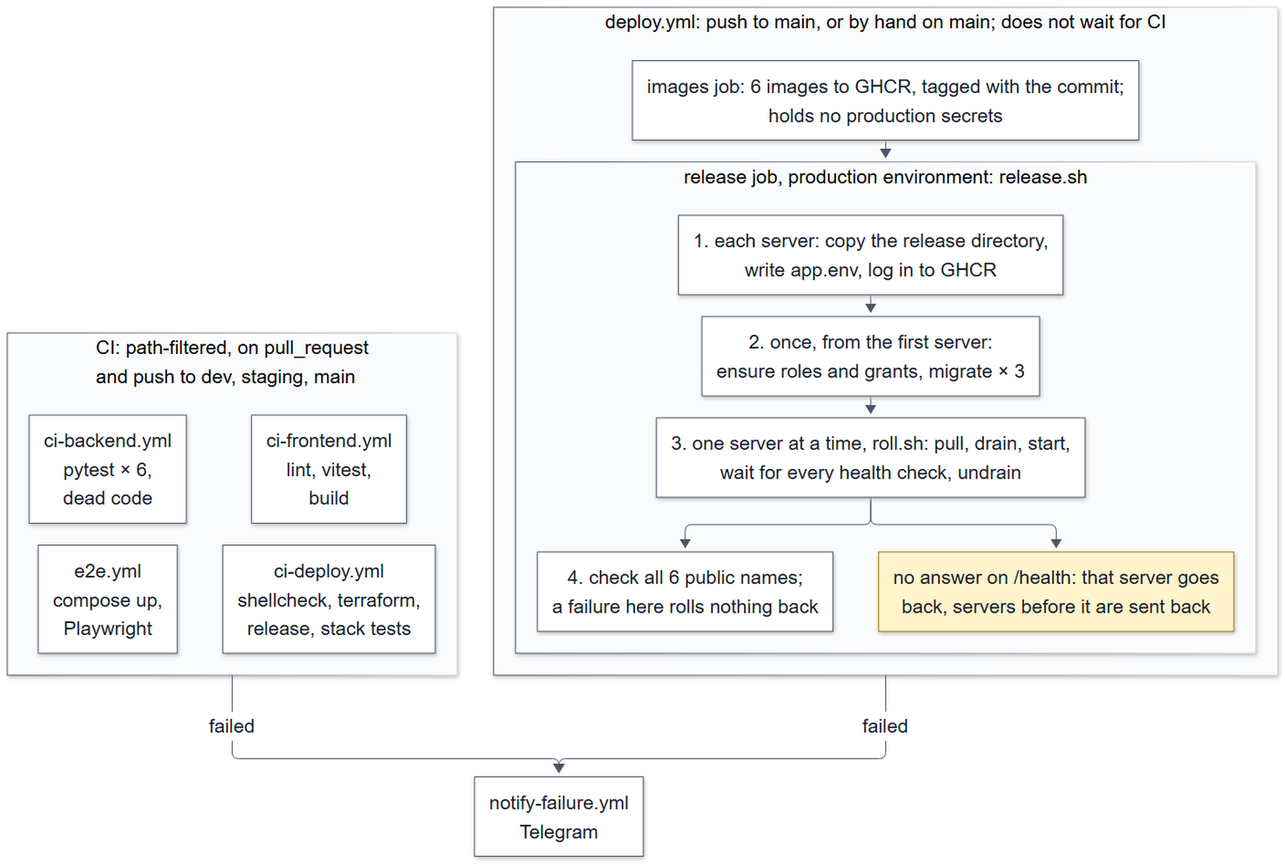
The Mermaid diagram docs/diagrams/rendered/03-cicd.png in decker757/CS464, before a commit. Its source is kept beside it as docs/diagrams/03-cicd.mmd.
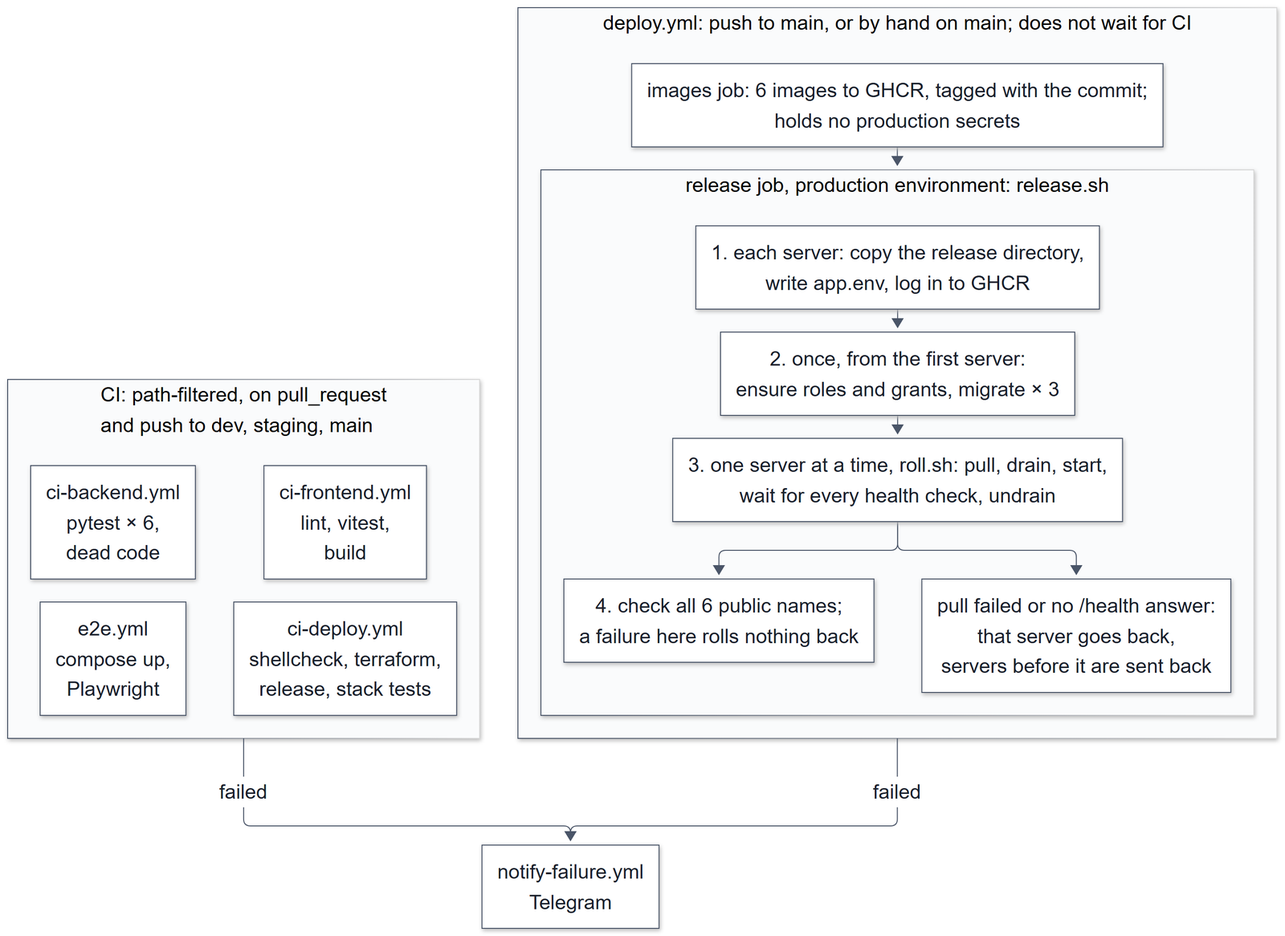
The same diagram one commit later.

Commit message:
fix(docs): figure 01's jobs lose their undefined dotted border, and figure 03's failure box covers a failed pull

Change to the diagram source:
```diff
@@ -8,7 +8,7 @@
             mig["2. once, from the first server:<br/>ensure roles and grants, migrate × 3"]
             roll["3. one server at a time, roll.sh: pull, drain, start,<br/>wait for every health check, undrain"]
             check["4. check all 6 public names;<br/>a failure here rolls nothing back"]
-            back["no answer on /health: that server goes<br/>back, servers before it are sent back"]
+            back["pull failed or no /health answer:<br/>that server goes back,<br/>servers before it are sent back"]
             send --> mig
             mig --> roll
             roll --> check
@@ -33,5 +33,4 @@
 
     classDef ext      fill:#FFFFFF,stroke:#4A5568,color:#1A202C
     classDef edge     fill:#FFF4CC,stroke:#9A7B00,color:#1A202C
-    class be,fe,e2e,cd,notify,images,send,mig,roll,check ext
-    class back edge
+    class be,fe,e2e,cd,notify,images,send,mig,roll,check,back ext
```
